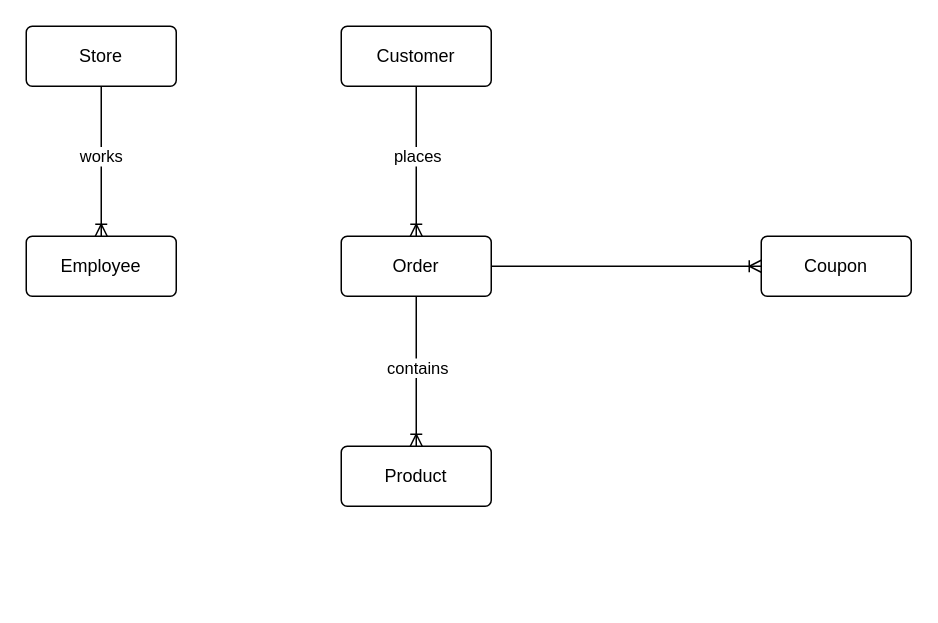
Devekr63/EssentialSQLSamples keeps this draw.io diagram as PizzaDB/PracticePizzaDB.drawio. Above is the earlier version. Source tidied: cells renumbered, new cells numbered last; positions are measured from the earlier drawing's top-left corner, leaving out a move shared by most shapes. Both pictures are drawn from the tidied source at 150%, with x=0, y=0 at pixel (26, 26).
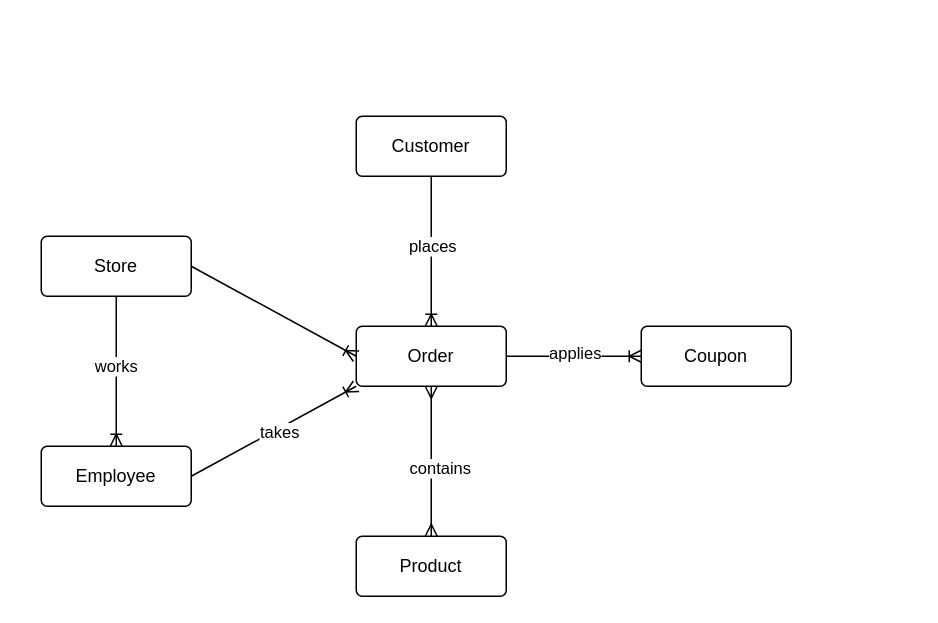
The same diagram, later.

Commit message:
basic pizza store

Diff of the diagram source:
```diff
@@
 <mxGraphModel>
   <root>
     <mxCell id="0" />
     <mxCell id="1" parent="0" />
     <mxCell id="2" value="Store" style="rounded=1;arcSize=10;whiteSpace=wrap;html=1;align=center;" parent="1" vertex="1">
-      <mxGeometry width="100" height="40" as="geometry" />
+      <mxGeometry x="10" y="140" width="100" height="40" as="geometry" />
     </mxCell>
     <mxCell id="3" value="Customer" style="rounded=1;arcSize=10;whiteSpace=wrap;html=1;align=center;" parent="1" vertex="1">
-      <mxGeometry x="210" width="100" height="40" as="geometry" />
+      <mxGeometry x="220" y="60" width="100" height="40" as="geometry" />
     </mxCell>
     <mxCell id="4" value="Employee" style="rounded=1;arcSize=10;whiteSpace=wrap;html=1;align=center;" parent="1" vertex="1">
-      <mxGeometry y="140" width="100" height="40" as="geometry" />
+      <mxGeometry x="10" y="280" width="100" height="40" as="geometry" />
     </mxCell>
     <mxCell id="5" value="Product" style="rounded=1;arcSize=10;whiteSpace=wrap;html=1;align=center;" parent="1" vertex="1">
-      <mxGeometry x="210" y="280" width="100" height="40" as="geometry" />
+      <mxGeometry x="220" y="340" width="100" height="40" as="geometry" />
     </mxCell>
     <mxCell id="6" value="Order" style="rounded=1;arcSize=10;whiteSpace=wrap;html=1;align=center;" parent="1" vertex="1">
-      <mxGeometry x="210" y="140" width="100" height="40" as="geometry" />
+      <mxGeometry x="220" y="200" width="100" height="40" as="geometry" />
     </mxCell>
     <mxCell id="7" value="Coupon" style="rounded=1;arcSize=10;whiteSpace=wrap;html=1;align=center;" parent="1" vertex="1">
-      <mxGeometry x="490" y="140" width="100" height="40" as="geometry" />
+      <mxGeometry x="410" y="200" width="100" height="40" as="geometry" />
     </mxCell>
     <mxCell id="8" style="fontSize=12;html=1;endArrow=ERoneToMany;rounded=0;" parent="1" edge="1" target="4">
       <mxGeometry relative="1" as="geometry">
-        <mxPoint x="50" y="40" as="sourcePoint" />
+        <mxPoint x="60" y="180" as="sourcePoint" />
       </mxGeometry>
     </mxCell>
     <mxCell id="9" value="works" style="edgeLabel;html=1;align=center;verticalAlign=middle;" parent="8" vertex="1">
       <mxGeometry x="-0.08" y="-1" relative="1" as="geometry" />
     </mxCell>
     <mxCell id="10" style="fontSize=12;html=1;endArrow=ERoneToMany;rounded=0;entryX=0.5;entryY=0;entryDx=0;entryDy=0;exitX=0.5;exitY=1;exitDx=0;exitDy=0;" parent="1" edge="1" source="3" target="6">
       <mxGeometry relative="1" as="geometry" />
     </mxCell>
     <mxCell id="11" value="places" style="edgeLabel;html=1;align=center;verticalAlign=middle;" parent="10" vertex="1">
       <mxGeometry x="-0.08" relative="1" as="geometry" />
     </mxCell>
-    <mxCell id="12" style="fontSize=12;html=1;endArrow=ERoneToMany;rounded=0;entryX=0.5;entryY=0;entryDx=0;entryDy=0;exitX=0.5;exitY=1;exitDx=0;exitDy=0;" parent="1" edge="1" source="6" target="5">
-      <mxGeometry relative="1" as="geometry" />
-    </mxCell>
+    <mxCell id="14" style="fontSize=12;html=1;endArrow=ERoneToMany;rounded=0;exitX=1;exitY=0.5;exitDx=0;exitDy=0;entryX=0;entryY=0.5;entryDx=0;entryDy=0;" parent="1" edge="1" source="6" target="7">
+      <mxGeometry relative="1" as="geometry" />
+    </mxCell>
+    <mxCell id="15" value="applies&lt;div&gt;&lt;br&gt;&lt;/div&gt;" style="edgeLabel;html=1;align=center;verticalAlign=middle;" parent="14" vertex="1">
+      <mxGeometry x="0.01" y="-4" relative="1" as="geometry" />
+    </mxCell>
+    <mxCell id="16" style="fontSize=12;html=1;endArrow=ERoneToMany;rounded=0;exitX=1;exitY=0.5;exitDx=0;exitDy=0;entryX=0;entryY=0.5;entryDx=0;entryDy=0;" parent="1" edge="1" source="2" target="6">
+      <mxGeometry relative="1" as="geometry" />
+    </mxCell>
+    <mxCell id="17" style="fontSize=12;html=1;endArrow=ERoneToMany;rounded=0;exitX=1;exitY=0.5;exitDx=0;exitDy=0;entryX=0;entryY=1;entryDx=0;entryDy=0;" parent="1" edge="1" source="4" target="6">
+      <mxGeometry relative="1" as="geometry" />
+    </mxCell>
+    <mxCell id="18" value="takes" style="edgeLabel;html=1;align=center;verticalAlign=middle;" parent="17" vertex="1">
+      <mxGeometry x="0.05" y="-2" relative="1" as="geometry" />
+    </mxCell>
+    <mxCell id="19" style="fontSize=12;html=1;endArrow=ERmany;startArrow=ERmany;rounded=0;exitX=0.5;exitY=0;exitDx=0;exitDy=0;entryX=0.5;entryY=1;entryDx=0;entryDy=0;" parent="1" edge="1" source="5" target="6">
+      <mxGeometry relative="1" as="geometry" />
+    </mxCell>
-    <mxCell id="13" value="contains" style="edgeLabel;html=1;align=center;verticalAlign=middle;" parent="12" vertex="1">
-      <mxGeometry x="-0.06" relative="1" as="geometry" />
+    <mxCell id="13" value="contains" style="edgeLabel;html=1;align=center;verticalAlign=middle;" parent="19" vertex="1">
+      <mxGeometry x="-0.08" y="-5" relative="1" as="geometry" />
     </mxCell>
-    <mxCell id="14" style="fontSize=12;html=1;endArrow=ERoneToMany;rounded=0;exitX=1;exitY=0.5;exitDx=0;exitDy=0;entryX=0;entryY=0.5;entryDx=0;entryDy=0;" parent="1" edge="1" source="6" target="7">
-      <mxGeometry relative="1" as="geometry" />
-    </mxCell>
   </root>
 </mxGraphModel>
```
